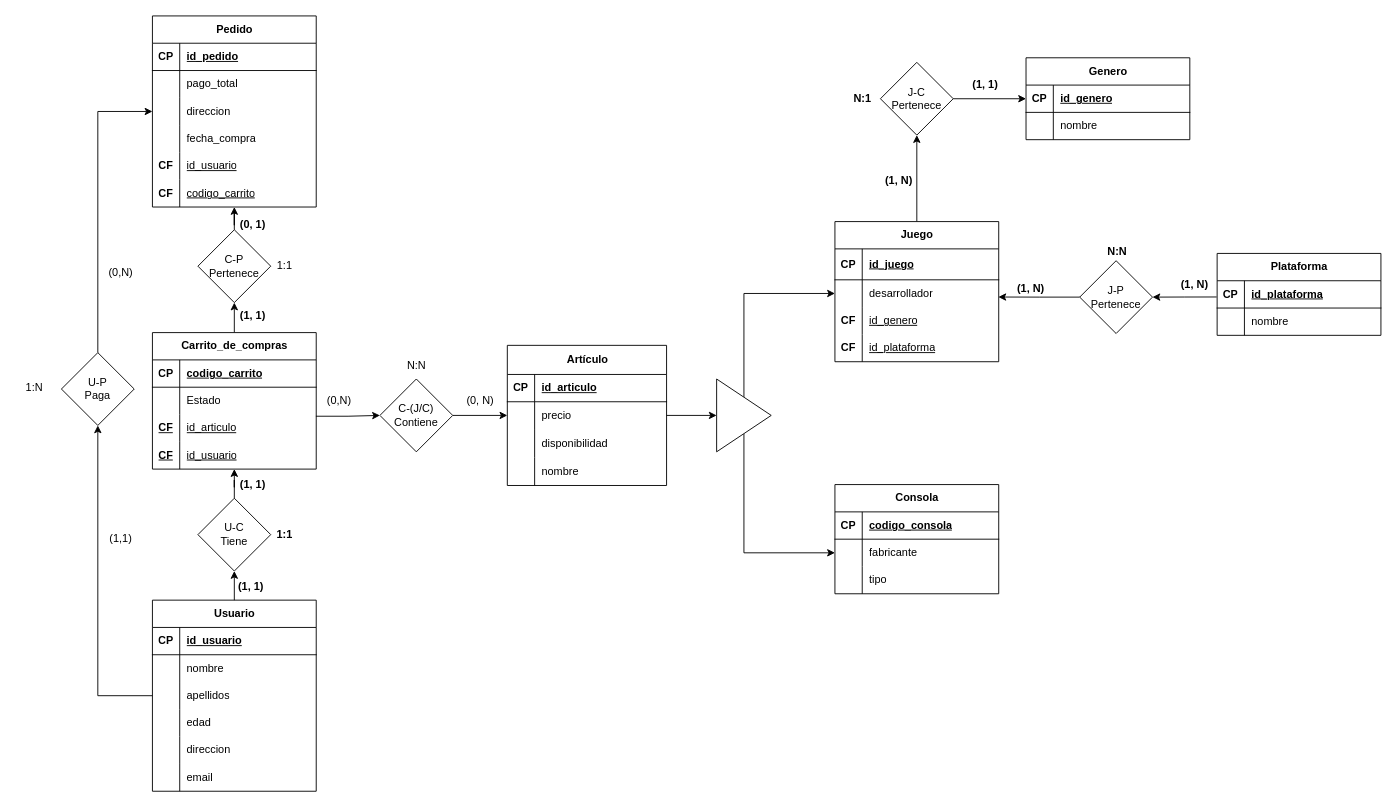
The draw.io diagram Back-end/BBDD/ModeloER.drawio in Ralph719/OnlyGameFans, before the edit. Source tidied: cells renumbered, new cells numbered last; positions are measured from the earlier drawing's top-left corner, leaving out a move shared by most shapes. Both pictures are drawn from the tidied source at 91%, with x=0, y=0 at pixel (15, 15).
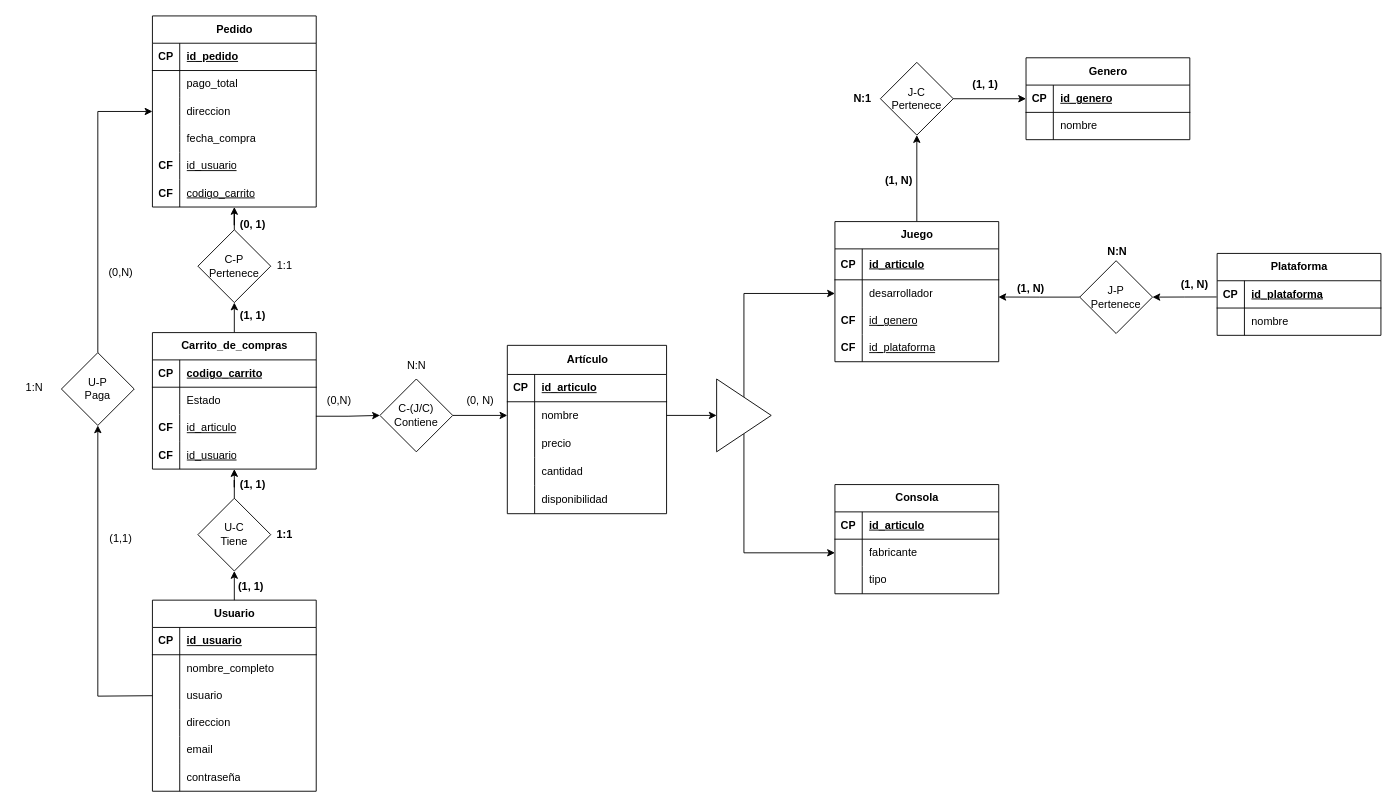
The same page after the edit.

Commit message (it also covers changes not shown here):
Actualización modelo ER y normalización de la bbdd

The change refers to these unchanged cells:
```xml
<mxCell id="2" value="Usuario" style="shape=table;startSize=30;childLayout=tableLayout;rowLines=0;fontStyle=1;align=center;html=1;" parent="1" vertex="1">
  <mxGeometry x="150" y="642" width="180" height="210" as="geometry" />
</mxCell>
<mxCell id="6" style="shape=tableRow;horizontal=0;startSize=0;swimlaneHead=0;swimlaneBody=0;fillColor=none;top=0;left=0;right=0;bottom=0;" parent="2" vertex="1">
  <mxGeometry y="60" width="180" height="30" as="geometry" />
</mxCell>
<mxCell id="23" style="shape=tableRow;horizontal=0;startSize=0;swimlaneHead=0;swimlaneBody=0;fillColor=none;top=0;left=0;right=0;bottom=1;" parent="22" vertex="1">
  <mxGeometry y="30" width="180" height="34" as="geometry" />
</mxCell>
<mxCell id="70" style="shape=tableRow;horizontal=0;startSize=0;swimlaneHead=0;swimlaneBody=0;fillColor=none;points=[[0,0.5],[1,0.5]];portConstraint=eastwest;top=0;left=0;right=0;bottom=0;" parent="63" vertex="1">
  <mxGeometry y="90" width="180" height="30" as="geometry" />
</mxCell>
<mxCell id="73" style="shape=tableRow;horizontal=0;startSize=0;swimlaneHead=0;swimlaneBody=0;fillColor=none;top=0;left=0;right=0;bottom=0;" parent="63" vertex="1">
  <mxGeometry y="120" width="180" height="30" as="geometry" />
</mxCell>
<mxCell id="77" style="shape=tableRow;horizontal=0;startSize=0;swimlaneHead=0;swimlaneBody=0;fillColor=none;top=0;left=0;right=0;bottom=1;" parent="76" vertex="1">
  <mxGeometry y="30" width="180" height="30" as="geometry" />
</mxCell>
<mxCell id="112" value="U-P&lt;br&gt;Paga" style="rhombus;whiteSpace=wrap;html=1;" parent="1" vertex="1">
  <mxGeometry x="50" y="370" width="80" height="80" as="geometry" />
</mxCell>
<mxCell id="126" style="shape=tableRow;horizontal=0;startSize=0;swimlaneHead=0;swimlaneBody=0;fillColor=none;points=[[0,0.5],[1,0.5]];portConstraint=eastwest;top=0;left=0;right=0;bottom=0;" parent="122" vertex="1">
  <mxGeometry y="62" width="175" height="30" as="geometry" />
</mxCell>
<mxCell id="129" style="shape=tableRow;horizontal=0;startSize=0;swimlaneHead=0;swimlaneBody=0;fillColor=none;top=0;left=0;right=0;bottom=0;fontStyle=0;" parent="122" vertex="1">
  <mxGeometry y="92" width="175" height="31" as="geometry" />
</mxCell>
<mxCell id="132" style="shape=tableRow;horizontal=0;startSize=0;swimlaneHead=0;swimlaneBody=0;fillColor=none;top=0;left=0;right=0;bottom=0;" parent="122" vertex="1">
  <mxGeometry y="123" width="175" height="31" as="geometry" />
</mxCell>
```

Change to the diagram source:
```diff
@@
-    <mxCell id="8" value="nombre" style="shape=partialRectangle;fillColor=none;top=0;left=0;bottom=0;right=0;align=left;spacingLeft=6;overflow=hidden;whiteSpace=wrap;html=1;" parent="6" vertex="1">
+    <mxCell id="8" value="nombre_completo" style="shape=partialRectangle;fillColor=none;top=0;left=0;bottom=0;right=0;align=left;spacingLeft=6;overflow=hidden;whiteSpace=wrap;html=1;" parent="6" vertex="1">
       <mxGeometry x="30" width="150" height="30" as="geometry" />
     </mxCell>
-    <mxCell id="9" style="shape=tableRow;horizontal=0;startSize=0;swimlaneHead=0;swimlaneBody=0;fillColor=none;points=[[0,0.5],[1,0.5]];portConstraint=eastwest;top=0;left=0;right=0;bottom=0;" parent="2" vertex="1">
-      <mxGeometry y="90" width="180" height="30" as="geometry" />
-    </mxCell>
-    <mxCell id="10" style="shape=partialRectangle;fillColor=none;top=0;left=0;bottom=0;right=0;overflow=hidden;whiteSpace=wrap;html=1;" parent="9" vertex="1">
-      <mxGeometry width="30" height="30" as="geometry" />
-    </mxCell>
-    <mxCell id="11" value="apellidos" style="shape=partialRectangle;fillColor=none;top=0;left=0;bottom=0;right=0;align=left;spacingLeft=6;overflow=hidden;whiteSpace=wrap;html=1;" parent="9" vertex="1">
-      <mxGeometry x="30" width="150" height="30" as="geometry" />
-    </mxCell>
-    <mxCell id="12" style="shape=tableRow;horizontal=0;startSize=0;swimlaneHead=0;swimlaneBody=0;fillColor=none;top=0;left=0;right=0;bottom=0;" parent="2" vertex="1">
-      <mxGeometry y="120" width="180" height="30" as="geometry" />
-    </mxCell>
-    <mxCell id="13" style="shape=partialRectangle;fillColor=none;top=0;left=0;bottom=0;right=0;overflow=hidden;whiteSpace=wrap;html=1;" parent="12" vertex="1">
-      <mxGeometry width="30" height="30" as="geometry" />
-    </mxCell>
-    <mxCell id="14" value="edad" style="shape=partialRectangle;fillColor=none;top=0;left=0;bottom=0;right=0;align=left;spacingLeft=6;overflow=hidden;whiteSpace=wrap;html=1;" parent="12" vertex="1">
-      <mxGeometry x="30" width="150" height="30" as="geometry" />
-    </mxCell>
     <mxCell id="15" style="shape=tableRow;horizontal=0;startSize=0;swimlaneHead=0;swimlaneBody=0;fillColor=none;top=0;left=0;right=0;bottom=0;" parent="2" vertex="1">
-      <mxGeometry y="150" width="180" height="30" as="geometry" />
+      <mxGeometry y="90" width="180" height="30" as="geometry" />
     </mxCell>
@@
-    <mxCell id="17" value="direccion" style="shape=partialRectangle;fillColor=none;top=0;left=0;bottom=0;right=0;align=left;spacingLeft=6;overflow=hidden;whiteSpace=wrap;html=1;" parent="15" vertex="1">
+    <mxCell id="17" value="usuario" style="shape=partialRectangle;fillColor=none;top=0;left=0;bottom=0;right=0;align=left;spacingLeft=6;overflow=hidden;whiteSpace=wrap;html=1;" parent="15" vertex="1">
       <mxGeometry x="30" width="150" height="30" as="geometry" />
     </mxCell>
     <mxCell id="18" style="shape=tableRow;horizontal=0;startSize=0;swimlaneHead=0;swimlaneBody=0;fillColor=none;top=0;left=0;right=0;bottom=0;" parent="2" vertex="1">
-      <mxGeometry y="180" width="180" height="30" as="geometry" />
+      <mxGeometry y="120" width="180" height="30" as="geometry" />
     </mxCell>
@@
-    <mxCell id="20" value="email" style="shape=partialRectangle;fillColor=none;top=0;left=0;bottom=0;right=0;align=left;spacingLeft=6;overflow=hidden;whiteSpace=wrap;html=1;" parent="18" vertex="1">
+    <mxCell id="20" value="direccion" style="shape=partialRectangle;fillColor=none;top=0;left=0;bottom=0;right=0;align=left;spacingLeft=6;overflow=hidden;whiteSpace=wrap;html=1;" parent="18" vertex="1">
       <mxGeometry x="30" width="150" height="30" as="geometry" />
     </mxCell>
+    <mxCell id="144" style="shape=tableRow;horizontal=0;startSize=0;swimlaneHead=0;swimlaneBody=0;fillColor=none;top=0;left=0;right=0;bottom=0;" parent="2" vertex="1">
+      <mxGeometry y="150" width="180" height="30" as="geometry" />
+    </mxCell>
+    <mxCell id="145" style="shape=partialRectangle;fillColor=none;top=0;left=0;bottom=0;right=0;overflow=hidden;whiteSpace=wrap;html=1;" parent="144" vertex="1">
+      <mxGeometry width="30" height="30" as="geometry" />
+    </mxCell>
+    <mxCell id="146" value="email" style="shape=partialRectangle;fillColor=none;top=0;left=0;bottom=0;right=0;align=left;spacingLeft=6;overflow=hidden;whiteSpace=wrap;html=1;" parent="144" vertex="1">
+      <mxGeometry x="30" width="150" height="30" as="geometry" />
+    </mxCell>
+    <mxCell id="147" style="shape=tableRow;horizontal=0;startSize=0;swimlaneHead=0;swimlaneBody=0;fillColor=none;top=0;left=0;right=0;bottom=0;" parent="2" vertex="1">
+      <mxGeometry y="180" width="180" height="30" as="geometry" />
+    </mxCell>
+    <mxCell id="148" style="shape=partialRectangle;fillColor=none;top=0;left=0;bottom=0;right=0;overflow=hidden;whiteSpace=wrap;html=1;" parent="147" vertex="1">
+      <mxGeometry width="30" height="30" as="geometry" />
+    </mxCell>
+    <mxCell id="149" value="contraseña" style="shape=partialRectangle;fillColor=none;top=0;left=0;bottom=0;right=0;align=left;spacingLeft=6;overflow=hidden;whiteSpace=wrap;html=1;" parent="147" vertex="1">
+      <mxGeometry x="30" width="150" height="30" as="geometry" />
+    </mxCell>
@@
-    <mxCell id="25" value="id_juego" style="shape=partialRectangle;fillColor=none;top=0;left=0;bottom=0;right=0;align=left;spacingLeft=6;fontStyle=5;overflow=hidden;whiteSpace=wrap;html=1;" parent="23" vertex="1">
+    <mxCell id="25" value="id_articulo" style="shape=partialRectangle;fillColor=none;top=0;left=0;bottom=0;right=0;align=left;spacingLeft=6;fontStyle=5;overflow=hidden;whiteSpace=wrap;html=1;" parent="23" vertex="1">
       <mxGeometry x="30" width="150" height="34" as="geometry" />
     </mxCell>
@@
-    <mxCell id="71" value="&lt;b&gt;&lt;u&gt;CF&lt;/u&gt;&lt;/b&gt;" style="shape=partialRectangle;fillColor=none;top=0;left=0;bottom=0;right=0;overflow=hidden;whiteSpace=wrap;html=1;" parent="70" vertex="1">
+    <mxCell id="71" value="&lt;b&gt;CF&lt;/b&gt;" style="shape=partialRectangle;fillColor=none;top=0;left=0;bottom=0;right=0;overflow=hidden;whiteSpace=wrap;html=1;" parent="70" vertex="1">
       <mxGeometry width="30" height="30" as="geometry" />
     </mxCell>
@@
-    <mxCell id="74" value="&lt;b&gt;&lt;u&gt;CF&lt;/u&gt;&lt;/b&gt;" style="shape=partialRectangle;fillColor=none;top=0;left=0;bottom=0;right=0;overflow=hidden;whiteSpace=wrap;html=1;" parent="73" vertex="1">
+    <mxCell id="74" value="&lt;b&gt;CF&lt;/b&gt;" style="shape=partialRectangle;fillColor=none;top=0;left=0;bottom=0;right=0;overflow=hidden;whiteSpace=wrap;html=1;" parent="73" vertex="1">
       <mxGeometry width="30" height="30" as="geometry" />
     </mxCell>
@@
-    <mxCell id="79" value="codigo_consola" style="shape=partialRectangle;fillColor=none;top=0;left=0;bottom=0;right=0;align=left;spacingLeft=6;fontStyle=5;overflow=hidden;whiteSpace=wrap;html=1;" parent="77" vertex="1">
+    <mxCell id="79" value="id_articulo" style="shape=partialRectangle;fillColor=none;top=0;left=0;bottom=0;right=0;align=left;spacingLeft=6;fontStyle=5;overflow=hidden;whiteSpace=wrap;html=1;" parent="77" vertex="1">
       <mxGeometry x="30" width="150" height="30" as="geometry" />
     </mxCell>
@@
-    <mxCell id="113" style="edgeStyle=orthogonalEdgeStyle;rounded=0;jettySize=auto;html=1;entryX=0.5;entryY=1;entryDx=0;entryDy=0;" parent="1" edge="1" source="9" target="112">
-      <mxGeometry relative="1" as="geometry" />
+    <mxCell id="113" style="edgeStyle=orthogonalEdgeStyle;rounded=0;jettySize=auto;html=1;entryX=0.5;entryY=1;entryDx=0;entryDy=0;" parent="1" edge="1" target="112">
+      <mxGeometry relative="1" as="geometry">
+        <mxPoint x="150" y="747" as="sourcePoint" />
+      </mxGeometry>
     </mxCell>
@@
     <mxCell id="122" value="Artículo" style="shape=table;startSize=32;childLayout=tableLayout;rowLines=0;fontStyle=1;align=center;html=1;" parent="1" vertex="1">
-      <mxGeometry x="540" y="362" width="175" height="154" as="geometry" />
+      <mxGeometry x="540" y="362" width="175" height="185" as="geometry" />
     </mxCell>
@@
-    <mxCell id="128" value="precio" style="shape=partialRectangle;fillColor=none;top=0;left=0;bottom=0;right=0;align=left;spacingLeft=6;overflow=hidden;whiteSpace=wrap;html=1;" parent="126" vertex="1">
+    <mxCell id="128" value="nombre" style="shape=partialRectangle;fillColor=none;top=0;left=0;bottom=0;right=0;align=left;spacingLeft=6;overflow=hidden;whiteSpace=wrap;html=1;" parent="126" vertex="1">
       <mxGeometry x="30" width="145" height="30" as="geometry" />
     </mxCell>
@@
-    <mxCell id="131" value="&lt;span&gt;disponibilidad&lt;/span&gt;" style="shape=partialRectangle;fillColor=none;top=0;left=0;bottom=0;right=0;align=left;spacingLeft=6;overflow=hidden;whiteSpace=wrap;html=1;fontStyle=0;" parent="129" vertex="1">
+    <mxCell id="131" value="&lt;span&gt;precio&lt;/span&gt;" style="shape=partialRectangle;fillColor=none;top=0;left=0;bottom=0;right=0;align=left;spacingLeft=6;overflow=hidden;whiteSpace=wrap;html=1;fontStyle=0;" parent="129" vertex="1">
       <mxGeometry x="30" width="145" height="31" as="geometry" />
     </mxCell>
@@
-    <mxCell id="134" value="&lt;span&gt;nombre&lt;/span&gt;" style="shape=partialRectangle;fillColor=none;top=0;left=0;bottom=0;right=0;align=left;spacingLeft=6;overflow=hidden;whiteSpace=wrap;html=1;fontStyle=0;" parent="132" vertex="1">
+    <mxCell id="134" value="&lt;span&gt;cantidad&lt;/span&gt;" style="shape=partialRectangle;fillColor=none;top=0;left=0;bottom=0;right=0;align=left;spacingLeft=6;overflow=hidden;whiteSpace=wrap;html=1;fontStyle=0;" parent="132" vertex="1">
       <mxGeometry x="30" width="145" height="31" as="geometry" />
     </mxCell>
+    <mxCell id="150" style="shape=tableRow;horizontal=0;startSize=0;swimlaneHead=0;swimlaneBody=0;fillColor=none;top=0;left=0;right=0;bottom=0;fontStyle=0;" parent="122" vertex="1">
+      <mxGeometry y="154" width="175" height="31" as="geometry" />
+    </mxCell>
+    <mxCell id="151" style="shape=partialRectangle;fillColor=none;top=0;left=0;bottom=0;right=0;overflow=hidden;whiteSpace=wrap;html=1;" parent="150" vertex="1">
+      <mxGeometry width="30" height="31" as="geometry" />
+    </mxCell>
+    <mxCell id="152" value="&lt;span&gt;disponibilidad&lt;/span&gt;" style="shape=partialRectangle;fillColor=none;top=0;left=0;bottom=0;right=0;align=left;spacingLeft=6;overflow=hidden;whiteSpace=wrap;html=1;fontStyle=0;" parent="150" vertex="1">
+      <mxGeometry x="30" width="145" height="31" as="geometry" />
+    </mxCell>
```
